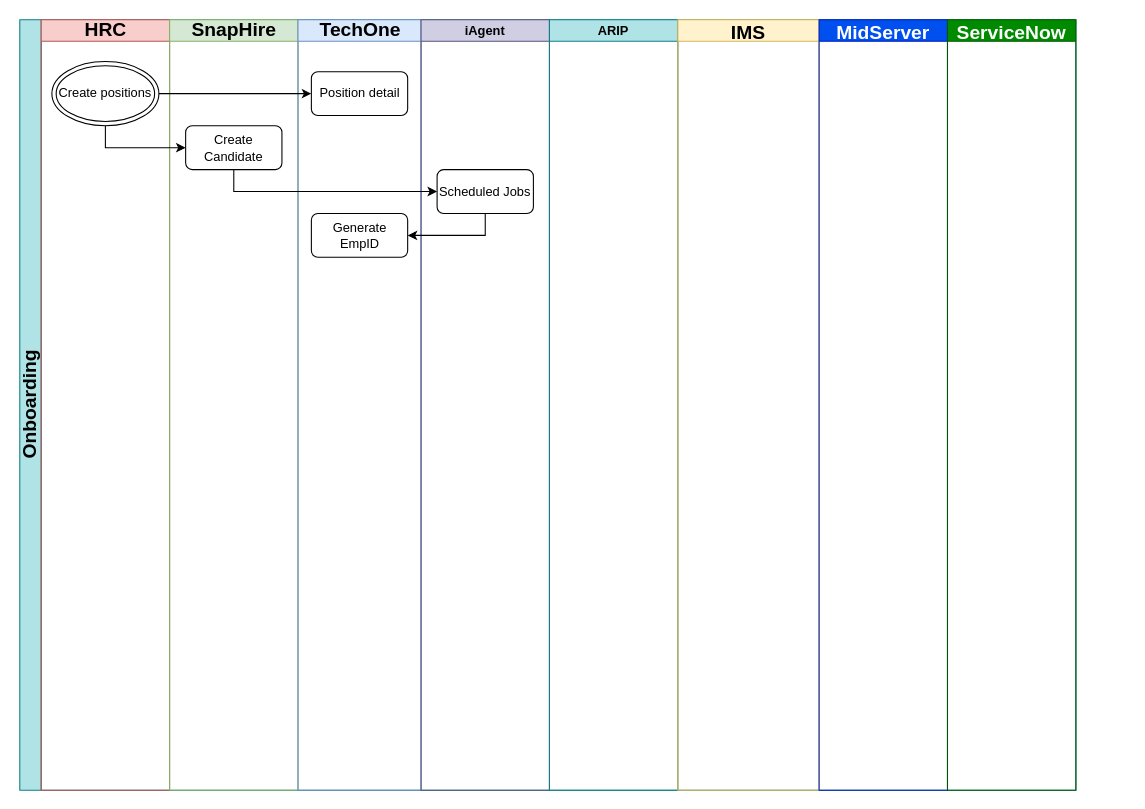
This is Untitled Diagram.drawio from andrep2208/helloworld, a draw.io file, before an edit. Source tidied: cells renumbered, new cells numbered last; positions are measured from the earlier drawing's top-left corner, leaving out a move shared by most shapes. Both pictures are drawn from the tidied source at 107%, with x=0, y=0 at pixel (19, 19).
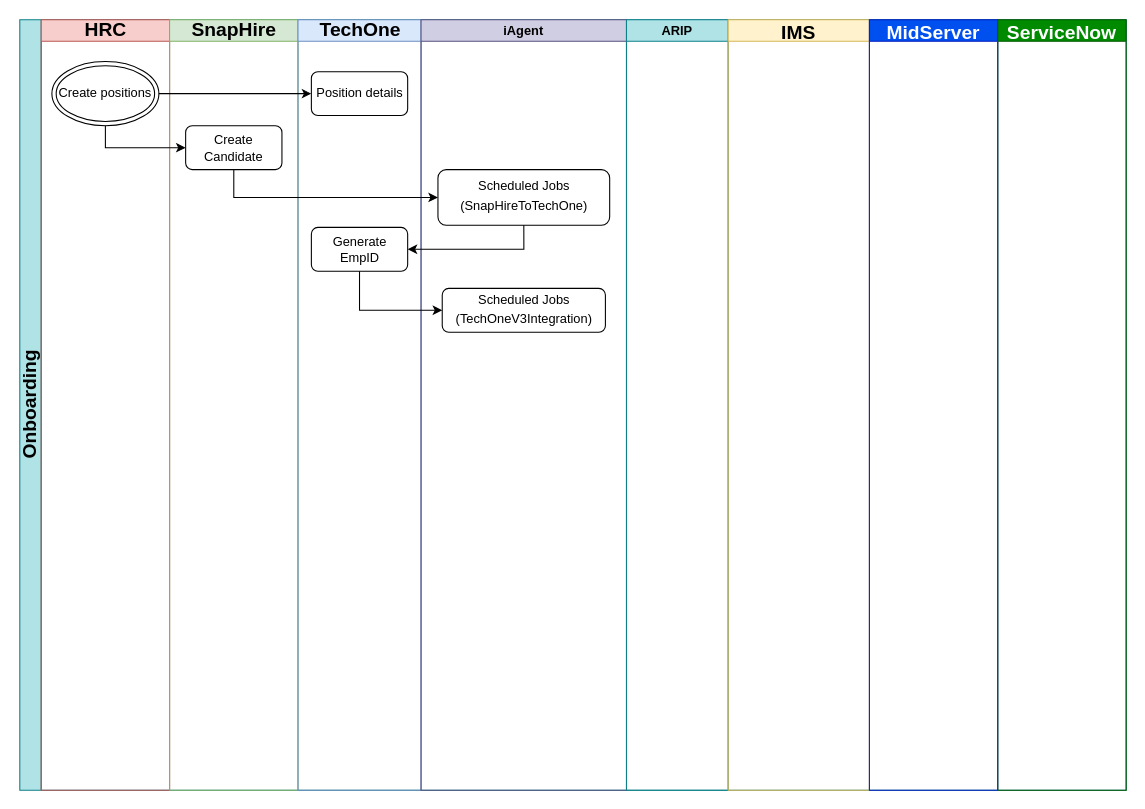
After the change.

The change refers to these unchanged cells:
```xml
<mxCell id="4" value="Create positions" style="ellipse;shape=doubleEllipse;whiteSpace=wrap;html=1;fontSize=12;" parent="3" vertex="1">
  <mxGeometry x="10" y="39" width="100" height="60" as="geometry" />
</mxCell>
<mxCell id="6" value="Create Candidate" style="rounded=1;whiteSpace=wrap;html=1;fontSize=12;" parent="5" vertex="1">
  <mxGeometry x="15" y="99" width="90" height="41" as="geometry" />
</mxCell>
<mxCell id="7" value="TechOne" style="swimlane;html=1;startSize=20;fillColor=#dae8fc;strokeColor=#6c8ebf;fontSize=18;" parent="2" vertex="1">
  <mxGeometry x="260" width="115" height="720" as="geometry" />
</mxCell>
```

Diff of the diagram source:
```diff
@@
     <mxCell id="2" value="Onboarding" style="swimlane;html=1;startSize=20;horizontal=0;fillColor=#b0e3e6;strokeColor=#0e8088;fontSize=18;" parent="1" vertex="1">
-      <mxGeometry width="987" height="720" as="geometry" />
+      <mxGeometry width="1034" height="720" as="geometry" />
     </mxCell>
@@
     <mxCell id="8" value="Generate EmpID" style="rounded=1;whiteSpace=wrap;html=1;fontSize=12;" parent="7" vertex="1">
-      <mxGeometry x="12.5" y="181" width="90" height="41" as="geometry" />
+      <mxGeometry x="12.5" y="194" width="90" height="41" as="geometry" />
     </mxCell>
-    <mxCell id="9" value="Position detail" style="rounded=1;whiteSpace=wrap;html=1;fontSize=12;" parent="7" vertex="1">
-      <mxGeometry x="12.5" y="48.5" width="90" height="41" as="geometry" />
-    </mxCell>
-    <mxCell id="10" style="edgeStyle=orthogonalEdgeStyle;rounded=0;jettySize=auto;html=1;fontSize=12;entryX=0;entryY=0.5;entryDx=0;entryDy=0;" parent="2" edge="1" source="4" target="9">
-      <mxGeometry relative="1" as="geometry" />
-    </mxCell>
+    <mxCell id="20" value="Position details" style="rounded=1;whiteSpace=wrap;html=1;fontSize=12;" parent="7" vertex="1">
+      <mxGeometry x="12.5" y="48.5" width="90" height="41" as="geometry" />
+    </mxCell>
+    <mxCell id="21" style="edgeStyle=orthogonalEdgeStyle;rounded=0;jettySize=auto;html=1;fontSize=12;entryX=0;entryY=0.5;entryDx=0;entryDy=0;" parent="2" edge="1" source="4" target="20">
+      <mxGeometry relative="1" as="geometry" />
+    </mxCell>
     <mxCell id="11" value="iAgent" style="swimlane;startSize=20;fontSize=12;fillColor=#d0cee2;strokeColor=#56517e;" parent="2" vertex="1">
-      <mxGeometry x="375" width="120" height="720" as="geometry" />
+      <mxGeometry x="375" width="192" height="720" as="geometry" />
     </mxCell>
-    <mxCell id="12" value="Scheduled Jobs" style="rounded=1;whiteSpace=wrap;html=1;fontSize=12;" parent="11" vertex="1">
-      <mxGeometry x="15" y="140" width="90" height="41" as="geometry" />
-    </mxCell>
+    <mxCell id="22" value="Scheduled Jobs&lt;br&gt;&lt;table border=&quot;0&quot; cellpadding=&quot;0&quot; cellspacing=&quot;0&quot; width=&quot;135&quot; style=&quot;border-collapse: collapse ; width: 101pt&quot;&gt;&lt;tbody&gt;&lt;tr style=&quot;height: 15.0pt&quot;&gt;  &lt;td height=&quot;20&quot; width=&quot;135&quot; style=&quot;height: 15.0pt ; width: 101pt&quot;&gt;(SnapHireToTechOne)&lt;br&gt;&lt;/td&gt;&lt;/tr&gt;&lt;/tbody&gt;&lt;/table&gt;" style="rounded=1;whiteSpace=wrap;html=1;fontSize=12;" parent="11" vertex="1">
+      <mxGeometry x="15.8" y="140" width="160.5" height="52" as="geometry" />
+    </mxCell>
+    <mxCell id="23" value="&lt;span&gt;Scheduled Jobs&lt;/span&gt;&lt;br&gt;&lt;table border=&quot;0&quot; cellpadding=&quot;0&quot; cellspacing=&quot;0&quot; width=&quot;135&quot; style=&quot;border-collapse: collapse ; width: 101pt&quot;&gt;&lt;tbody&gt;&lt;tr style=&quot;height: 15pt&quot;&gt;&lt;td height=&quot;20&quot; width=&quot;135&quot; style=&quot;height: 15pt ; width: 101pt&quot;&gt;(TechOneV3Integration)&lt;br&gt;&lt;/td&gt;&lt;/tr&gt;&lt;/tbody&gt;&lt;/table&gt;" style="rounded=1;whiteSpace=wrap;html=1;fontSize=12;" parent="11" vertex="1">
+      <mxGeometry x="19.8" y="251" width="152.5" height="41" as="geometry" />
+    </mxCell>
     <mxCell id="13" value="ARIP" style="swimlane;startSize=20;fontSize=12;fillColor=#b0e3e6;strokeColor=#0e8088;" parent="2" vertex="1">
-      <mxGeometry x="495" width="120" height="720" as="geometry" />
+      <mxGeometry x="567" width="95" height="720" as="geometry" />
     </mxCell>
     <mxCell id="14" value="IMS" style="swimlane;startSize=20;fillColor=#fff2cc;strokeColor=#d6b656;fontSize=18;" parent="2" vertex="1">
-      <mxGeometry x="615" width="132" height="720" as="geometry" />
+      <mxGeometry x="662" width="132" height="720" as="geometry" />
     </mxCell>
     <mxCell id="15" value="MidServer" style="swimlane;startSize=20;fillColor=#0050ef;strokeColor=#001DBC;fontColor=#ffffff;fontSize=18;" parent="2" vertex="1">
-      <mxGeometry x="747" width="120" height="720" as="geometry" />
+      <mxGeometry x="794" width="120" height="720" as="geometry" />
     </mxCell>
     <mxCell id="16" value="ServiceNow" style="swimlane;startSize=20;fillColor=#008a00;strokeColor=#005700;fontColor=#ffffff;fontSize=18;" parent="2" vertex="1">
-      <mxGeometry x="867" width="120" height="720" as="geometry" />
+      <mxGeometry x="914" width="120" height="720" as="geometry" />
     </mxCell>
@@
-    <mxCell id="18" style="edgeStyle=orthogonalEdgeStyle;rounded=0;jettySize=auto;html=1;fontSize=12;exitX=0.5;exitY=1;exitDx=0;exitDy=0;" parent="2" edge="1" source="6" target="12">
-      <mxGeometry relative="1" as="geometry" />
-    </mxCell>
-    <mxCell id="19" style="edgeStyle=orthogonalEdgeStyle;rounded=0;jettySize=auto;html=1;entryX=1;entryY=0.5;entryDx=0;entryDy=0;fontSize=12;exitX=0.5;exitY=1;exitDx=0;exitDy=0;" parent="2" edge="1" source="12" target="8">
-      <mxGeometry relative="1" as="geometry" />
-    </mxCell>
+    <mxCell id="24" style="edgeStyle=orthogonalEdgeStyle;rounded=0;jettySize=auto;html=1;fontSize=12;exitX=0.5;exitY=1;exitDx=0;exitDy=0;" parent="2" edge="1" source="6" target="22">
+      <mxGeometry relative="1" as="geometry" />
+    </mxCell>
+    <mxCell id="25" style="edgeStyle=orthogonalEdgeStyle;rounded=0;jettySize=auto;html=1;entryX=1;entryY=0.5;entryDx=0;entryDy=0;fontSize=12;exitX=0.5;exitY=1;exitDx=0;exitDy=0;" parent="2" edge="1" source="22" target="8">
+      <mxGeometry relative="1" as="geometry" />
+    </mxCell>
+    <mxCell id="26" style="edgeStyle=orthogonalEdgeStyle;rounded=0;jettySize=auto;html=1;entryX=0;entryY=0.5;entryDx=0;entryDy=0;fontSize=12;exitX=0.5;exitY=1;exitDx=0;exitDy=0;" parent="2" edge="1" source="8" target="23">
+      <mxGeometry relative="1" as="geometry" />
+    </mxCell>
```
